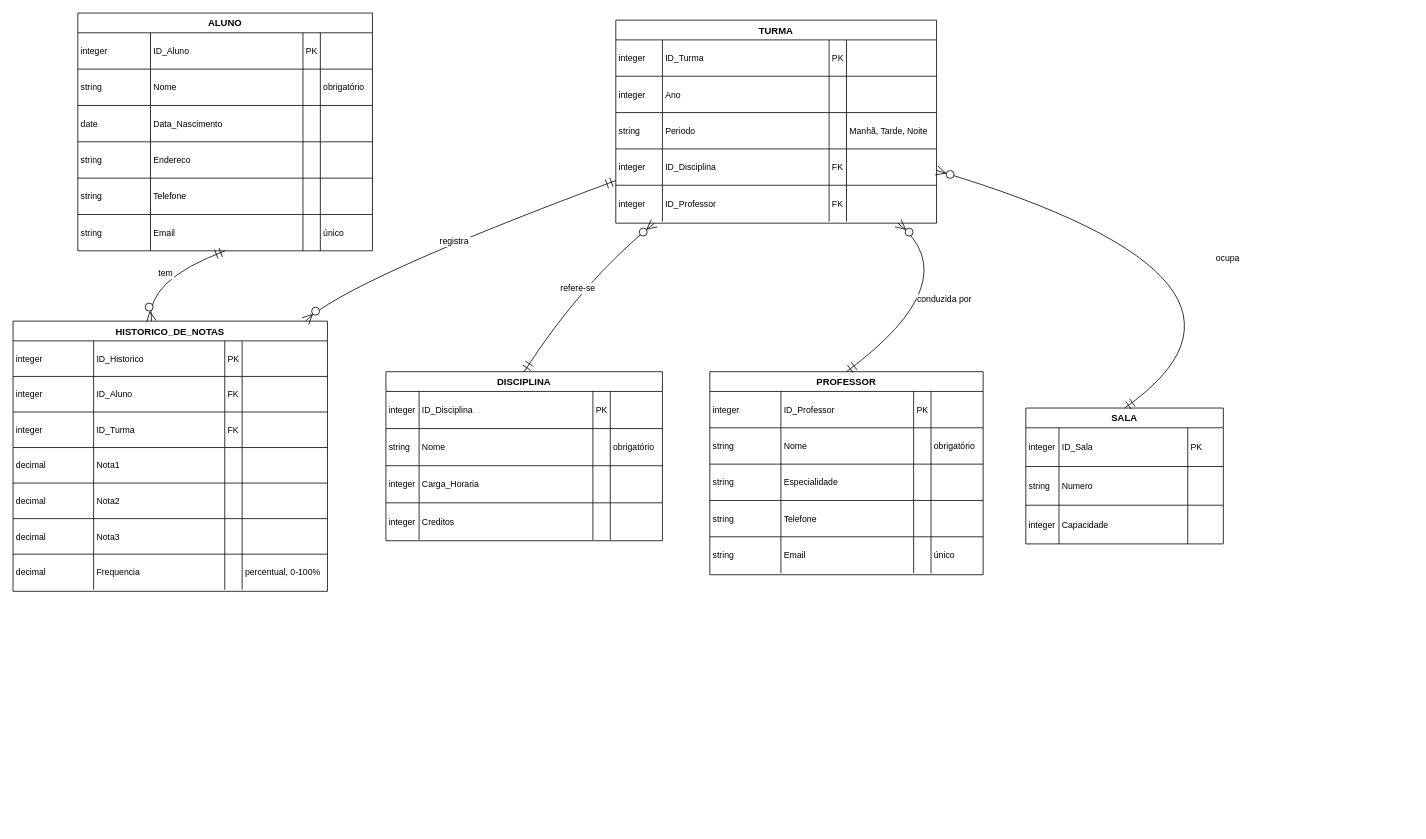
The draw.io diagram Diagrama sem nome.drawio in christian-amarildo/trabalho-banco-de-dados-1, before the edit. Source tidied: cells renumbered, new cells numbered last; positions are measured from the earlier drawing's top-left corner, leaving out a move shared by most shapes. Both pictures are drawn from the tidied source at 79%, with x=0, y=0 at pixel (13, 13).
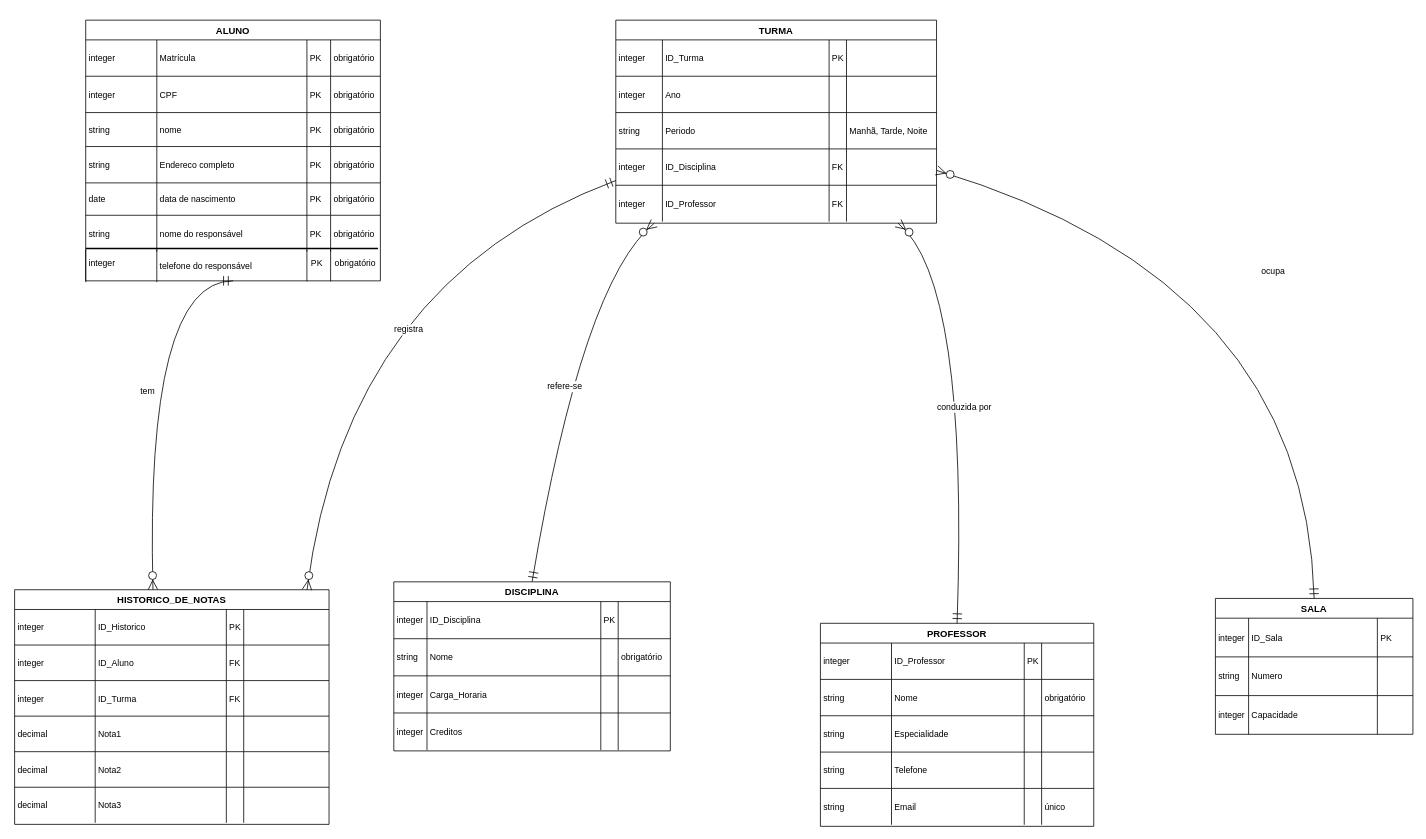
After the change.

The change refers to these unchanged cells:
```xml
<mxCell id="3" style="shape=tableRow;horizontal=0;startSize=0;swimlaneHead=0;swimlaneBody=0;fillColor=none;top=0;left=0;right=0;bottom=0;" parent="2" vertex="1">
  <mxGeometry y="25" width="373" height="46" as="geometry" />
</mxCell>
<mxCell id="8" style="shape=tableRow;horizontal=0;startSize=0;swimlaneHead=0;swimlaneBody=0;fillColor=none;top=0;left=0;right=0;bottom=0;" parent="2" vertex="1">
  <mxGeometry y="71" width="373" height="46" as="geometry" />
</mxCell>
<mxCell id="80" value="TURMA" style="shape=table;startSize=25;childLayout=tableLayout;rowLines=1;fontStyle=1;align=center;" parent="1" vertex="1">
  <mxGeometry x="763" y="9" width="406" height="257" as="geometry" />
</mxCell>
```

What changed in the source:
```diff
@@
     <mxCell id="2" value="ALUNO" style="shape=table;startSize=25;childLayout=tableLayout;rowLines=1;fontStyle=1;align=center;" parent="1" vertex="1">
-      <mxGeometry x="82" width="373" height="301" as="geometry" />
+      <mxGeometry x="92" y="9" width="373" height="330" as="geometry" />
     </mxCell>
@@
     <mxCell id="4" value="integer" style="shape=partialRectangle;fillColor=none;top=0;left=0;bottom=0;right=0;align=left;spacingLeft=2;overflow=hidden;fontSize=11;" parent="3" vertex="1">
-      <mxGeometry width="92" height="46" as="geometry" />
+      <mxGeometry width="90" height="46" as="geometry" />
     </mxCell>
-    <mxCell id="5" value="ID_Aluno" style="shape=partialRectangle;fillColor=none;top=0;left=0;bottom=0;right=0;align=left;spacingLeft=2;overflow=hidden;fontSize=11;" parent="3" vertex="1">
-      <mxGeometry x="92" width="193" height="46" as="geometry" />
+    <mxCell id="5" value="Matrícula" style="shape=partialRectangle;fillColor=none;top=0;left=0;bottom=0;right=0;align=left;spacingLeft=2;overflow=hidden;fontSize=11;" parent="3" vertex="1">
+      <mxGeometry x="90" width="190" height="46" as="geometry" />
     </mxCell>
     <mxCell id="6" value="PK" style="shape=partialRectangle;fillColor=none;top=0;left=0;bottom=0;right=0;align=left;spacingLeft=2;overflow=hidden;fontSize=11;" parent="3" vertex="1">
-      <mxGeometry x="285" width="22" height="46" as="geometry" />
+      <mxGeometry x="280" width="30" height="46" as="geometry" />
     </mxCell>
-    <mxCell id="7" style="shape=partialRectangle;fillColor=none;top=0;left=0;bottom=0;right=0;align=left;spacingLeft=2;overflow=hidden;fontSize=11;" parent="3" vertex="1">
-      <mxGeometry x="307" width="66" height="46" as="geometry" />
+    <mxCell id="7" value="obrigatório" style="shape=partialRectangle;fillColor=none;top=0;left=0;bottom=0;right=0;align=left;spacingLeft=2;overflow=hidden;fontSize=11;" parent="3" vertex="1">
+      <mxGeometry x="310" width="63" height="46" as="geometry" />
     </mxCell>
@@
-    <mxCell id="9" value="string" style="shape=partialRectangle;fillColor=none;top=0;left=0;bottom=0;right=0;align=left;spacingLeft=2;overflow=hidden;fontSize=11;" parent="8" vertex="1">
-      <mxGeometry width="92" height="46" as="geometry" />
+    <mxCell id="9" value="integer" style="shape=partialRectangle;fillColor=none;top=0;left=0;bottom=0;right=0;align=left;spacingLeft=2;overflow=hidden;fontSize=11;" parent="8" vertex="1">
+      <mxGeometry width="90" height="46" as="geometry" />
     </mxCell>
-    <mxCell id="10" value="Nome" style="shape=partialRectangle;fillColor=none;top=0;left=0;bottom=0;right=0;align=left;spacingLeft=2;overflow=hidden;fontSize=11;" parent="8" vertex="1">
-      <mxGeometry x="92" width="193" height="46" as="geometry" />
+    <mxCell id="10" value="CPF" style="shape=partialRectangle;fillColor=none;top=0;left=0;bottom=0;right=0;align=left;spacingLeft=2;overflow=hidden;fontSize=11;" parent="8" vertex="1">
+      <mxGeometry x="90" width="190" height="46" as="geometry" />
     </mxCell>
-    <mxCell id="11" style="shape=partialRectangle;fillColor=none;top=0;left=0;bottom=0;right=0;align=left;spacingLeft=2;overflow=hidden;fontSize=11;" parent="8" vertex="1">
-      <mxGeometry x="285" width="22" height="46" as="geometry" />
+    <mxCell id="11" value="PK" style="shape=partialRectangle;fillColor=none;top=0;left=0;bottom=0;right=0;align=left;spacingLeft=2;overflow=hidden;fontSize=11;" parent="8" vertex="1">
+      <mxGeometry x="280" width="30" height="46" as="geometry" />
     </mxCell>
     <mxCell id="12" value="obrigatório" style="shape=partialRectangle;fillColor=none;top=0;left=0;bottom=0;right=0;align=left;spacingLeft=2;overflow=hidden;fontSize=11;" parent="8" vertex="1">
-      <mxGeometry x="307" width="66" height="46" as="geometry" />
+      <mxGeometry x="310" width="63" height="46" as="geometry" />
     </mxCell>
     <mxCell id="13" style="shape=tableRow;horizontal=0;startSize=0;swimlaneHead=0;swimlaneBody=0;fillColor=none;top=0;left=0;right=0;bottom=0;" parent="2" vertex="1">
-      <mxGeometry y="117" width="373" height="46" as="geometry" />
+      <mxGeometry y="117" width="373" height="43" as="geometry" />
     </mxCell>
-    <mxCell id="14" value="date" style="shape=partialRectangle;fillColor=none;top=0;left=0;bottom=0;right=0;align=left;spacingLeft=2;overflow=hidden;fontSize=11;" parent="13" vertex="1">
-      <mxGeometry width="92" height="46" as="geometry" />
+    <mxCell id="14" value="string" style="shape=partialRectangle;fillColor=none;top=0;left=0;bottom=0;right=0;align=left;spacingLeft=2;overflow=hidden;fontSize=11;" parent="13" vertex="1">
+      <mxGeometry width="90" height="43" as="geometry" />
     </mxCell>
-    <mxCell id="15" value="Data_Nascimento" style="shape=partialRectangle;fillColor=none;top=0;left=0;bottom=0;right=0;align=left;spacingLeft=2;overflow=hidden;fontSize=11;" parent="13" vertex="1">
-      <mxGeometry x="92" width="193" height="46" as="geometry" />
+    <mxCell id="15" value="nome" style="shape=partialRectangle;fillColor=none;top=0;left=0;bottom=0;right=0;align=left;spacingLeft=2;overflow=hidden;fontSize=11;" parent="13" vertex="1">
+      <mxGeometry x="90" width="190" height="43" as="geometry" />
     </mxCell>
-    <mxCell id="16" style="shape=partialRectangle;fillColor=none;top=0;left=0;bottom=0;right=0;align=left;spacingLeft=2;overflow=hidden;fontSize=11;" parent="13" vertex="1">
-      <mxGeometry x="285" width="22" height="46" as="geometry" />
+    <mxCell id="16" value="PK" style="shape=partialRectangle;fillColor=none;top=0;left=0;bottom=0;right=0;align=left;spacingLeft=2;overflow=hidden;fontSize=11;" parent="13" vertex="1">
+      <mxGeometry x="280" width="30" height="43" as="geometry" />
     </mxCell>
-    <mxCell id="17" style="shape=partialRectangle;fillColor=none;top=0;left=0;bottom=0;right=0;align=left;spacingLeft=2;overflow=hidden;fontSize=11;" parent="13" vertex="1">
-      <mxGeometry x="307" width="66" height="46" as="geometry" />
+    <mxCell id="17" value="obrigatório" style="shape=partialRectangle;fillColor=none;top=0;left=0;bottom=0;right=0;align=left;spacingLeft=2;overflow=hidden;fontSize=11;" parent="13" vertex="1">
+      <mxGeometry x="310" width="63" height="43" as="geometry" />
     </mxCell>
     <mxCell id="18" style="shape=tableRow;horizontal=0;startSize=0;swimlaneHead=0;swimlaneBody=0;fillColor=none;top=0;left=0;right=0;bottom=0;" parent="2" vertex="1">
-      <mxGeometry y="163" width="373" height="46" as="geometry" />
+      <mxGeometry y="160" width="373" height="46" as="geometry" />
     </mxCell>
     <mxCell id="19" value="string" style="shape=partialRectangle;fillColor=none;top=0;left=0;bottom=0;right=0;align=left;spacingLeft=2;overflow=hidden;fontSize=11;" parent="18" vertex="1">
-      <mxGeometry width="92" height="46" as="geometry" />
+      <mxGeometry width="90" height="46" as="geometry" />
     </mxCell>
-    <mxCell id="20" value="Endereco" style="shape=partialRectangle;fillColor=none;top=0;left=0;bottom=0;right=0;align=left;spacingLeft=2;overflow=hidden;fontSize=11;" parent="18" vertex="1">
-      <mxGeometry x="92" width="193" height="46" as="geometry" />
+    <mxCell id="20" value="Endereco completo" style="shape=partialRectangle;fillColor=none;top=0;left=0;bottom=0;right=0;align=left;spacingLeft=2;overflow=hidden;fontSize=11;" parent="18" vertex="1">
+      <mxGeometry x="90" width="190" height="46" as="geometry" />
     </mxCell>
-    <mxCell id="21" style="shape=partialRectangle;fillColor=none;top=0;left=0;bottom=0;right=0;align=left;spacingLeft=2;overflow=hidden;fontSize=11;" parent="18" vertex="1">
-      <mxGeometry x="285" width="22" height="46" as="geometry" />
+    <mxCell id="21" value="PK" style="shape=partialRectangle;fillColor=none;top=0;left=0;bottom=0;right=0;align=left;spacingLeft=2;overflow=hidden;fontSize=11;" parent="18" vertex="1">
+      <mxGeometry x="280" width="30" height="46" as="geometry" />
     </mxCell>
-    <mxCell id="22" style="shape=partialRectangle;fillColor=none;top=0;left=0;bottom=0;right=0;align=left;spacingLeft=2;overflow=hidden;fontSize=11;" parent="18" vertex="1">
-      <mxGeometry x="307" width="66" height="46" as="geometry" />
+    <mxCell id="22" value="obrigatório" style="shape=partialRectangle;fillColor=none;top=0;left=0;bottom=0;right=0;align=left;spacingLeft=2;overflow=hidden;fontSize=11;" parent="18" vertex="1">
+      <mxGeometry x="310" width="63" height="46" as="geometry" />
     </mxCell>
     <mxCell id="23" style="shape=tableRow;horizontal=0;startSize=0;swimlaneHead=0;swimlaneBody=0;fillColor=none;top=0;left=0;right=0;bottom=0;" parent="2" vertex="1">
-      <mxGeometry y="209" width="373" height="46" as="geometry" />
+      <mxGeometry y="206" width="373" height="41" as="geometry" />
     </mxCell>
-    <mxCell id="24" value="string" style="shape=partialRectangle;fillColor=none;top=0;left=0;bottom=0;right=0;align=left;spacingLeft=2;overflow=hidden;fontSize=11;" parent="23" vertex="1">
-      <mxGeometry width="92" height="46" as="geometry" />
+    <mxCell id="24" value="date" style="shape=partialRectangle;fillColor=none;top=0;left=0;bottom=0;right=0;align=left;spacingLeft=2;overflow=hidden;fontSize=11;" parent="23" vertex="1">
+      <mxGeometry width="90" height="41" as="geometry" />
     </mxCell>
-    <mxCell id="25" value="Telefone" style="shape=partialRectangle;fillColor=none;top=0;left=0;bottom=0;right=0;align=left;spacingLeft=2;overflow=hidden;fontSize=11;" parent="23" vertex="1">
-      <mxGeometry x="92" width="193" height="46" as="geometry" />
+    <mxCell id="25" value="data de nascimento" style="shape=partialRectangle;fillColor=none;top=0;left=0;bottom=0;right=0;align=left;spacingLeft=2;overflow=hidden;fontSize=11;" parent="23" vertex="1">
+      <mxGeometry x="90" width="190" height="41" as="geometry" />
     </mxCell>
-    <mxCell id="26" style="shape=partialRectangle;fillColor=none;top=0;left=0;bottom=0;right=0;align=left;spacingLeft=2;overflow=hidden;fontSize=11;" parent="23" vertex="1">
-      <mxGeometry x="285" width="22" height="46" as="geometry" />
+    <mxCell id="26" value="PK" style="shape=partialRectangle;fillColor=none;top=0;left=0;bottom=0;right=0;align=left;spacingLeft=2;overflow=hidden;fontSize=11;" parent="23" vertex="1">
+      <mxGeometry x="280" width="30" height="41" as="geometry" />
     </mxCell>
-    <mxCell id="27" style="shape=partialRectangle;fillColor=none;top=0;left=0;bottom=0;right=0;align=left;spacingLeft=2;overflow=hidden;fontSize=11;" parent="23" vertex="1">
-      <mxGeometry x="307" width="66" height="46" as="geometry" />
+    <mxCell id="27" value="obrigatório" style="shape=partialRectangle;fillColor=none;top=0;left=0;bottom=0;right=0;align=left;spacingLeft=2;overflow=hidden;fontSize=11;" parent="23" vertex="1">
+      <mxGeometry x="310" width="63" height="41" as="geometry" />
     </mxCell>
     <mxCell id="28" style="shape=tableRow;horizontal=0;startSize=0;swimlaneHead=0;swimlaneBody=0;fillColor=none;top=0;left=0;right=0;bottom=0;" parent="2" vertex="1">
-      <mxGeometry y="255" width="373" height="46" as="geometry" />
+      <mxGeometry y="247" width="373" height="46" as="geometry" />
     </mxCell>
     <mxCell id="29" value="string" style="shape=partialRectangle;fillColor=none;top=0;left=0;bottom=0;right=0;align=left;spacingLeft=2;overflow=hidden;fontSize=11;" parent="28" vertex="1">
-      <mxGeometry width="92" height="46" as="geometry" />
+      <mxGeometry width="90" height="46" as="geometry" />
     </mxCell>
-    <mxCell id="30" value="Email" style="shape=partialRectangle;fillColor=none;top=0;left=0;bottom=0;right=0;align=left;spacingLeft=2;overflow=hidden;fontSize=11;" parent="28" vertex="1">
-      <mxGeometry x="92" width="193" height="46" as="geometry" />
+    <mxCell id="30" value="nome do responsável" style="shape=partialRectangle;fillColor=none;top=0;left=0;bottom=0;right=0;align=left;spacingLeft=2;overflow=hidden;fontSize=11;" parent="28" vertex="1">
+      <mxGeometry x="90" width="190" height="46" as="geometry" />
     </mxCell>
-    <mxCell id="31" style="shape=partialRectangle;fillColor=none;top=0;left=0;bottom=0;right=0;align=left;spacingLeft=2;overflow=hidden;fontSize=11;" parent="28" vertex="1">
-      <mxGeometry x="285" width="22" height="46" as="geometry" />
+    <mxCell id="31" value="PK" style="shape=partialRectangle;fillColor=none;top=0;left=0;bottom=0;right=0;align=left;spacingLeft=2;overflow=hidden;fontSize=11;" parent="28" vertex="1">
+      <mxGeometry x="280" width="30" height="46" as="geometry" />
     </mxCell>
-    <mxCell id="32" value="único" style="shape=partialRectangle;fillColor=none;top=0;left=0;bottom=0;right=0;align=left;spacingLeft=2;overflow=hidden;fontSize=11;" parent="28" vertex="1">
-      <mxGeometry x="307" width="66" height="46" as="geometry" />
+    <mxCell id="32" value="obrigatório" style="shape=partialRectangle;fillColor=none;top=0;left=0;bottom=0;right=0;align=left;spacingLeft=2;overflow=hidden;fontSize=11;" parent="28" vertex="1">
+      <mxGeometry x="310" width="63" height="46" as="geometry" />
     </mxCell>
     <mxCell id="33" value="PROFESSOR" style="shape=table;startSize=25;childLayout=tableLayout;rowLines=1;fontStyle=1;align=center;" parent="1" vertex="1">
-      <mxGeometry x="882" y="454" width="346" height="257" as="geometry" />
+      <mxGeometry x="1022" y="772.5" width="346" height="257" as="geometry" />
     </mxCell>
@@
     <mxCell id="59" value="DISCIPLINA" style="shape=table;startSize=25;childLayout=tableLayout;rowLines=1;fontStyle=1;align=center;" parent="1" vertex="1">
-      <mxGeometry x="472" y="454" width="350" height="214" as="geometry" />
+      <mxGeometry x="482" y="720" width="350" height="214" as="geometry" />
     </mxCell>
@@
     <mxCell id="106" value="SALA" style="shape=table;startSize=25;childLayout=tableLayout;rowLines=1;fontStyle=1;align=center;" parent="1" vertex="1">
-      <mxGeometry x="1282" y="500" width="250" height="172" as="geometry" />
+      <mxGeometry x="1522" y="741" width="250" height="172" as="geometry" />
     </mxCell>
@@
     <mxCell id="119" value="HISTORICO_DE_NOTAS" style="shape=table;startSize=25;childLayout=tableLayout;rowLines=1;fontStyle=1;align=center;" parent="1" vertex="1">
-      <mxGeometry y="390" width="398" height="342" as="geometry" />
+      <mxGeometry x="2" y="730" width="398" height="297" as="geometry" />
     </mxCell>
@@
-    <mxCell id="150" style="shape=tableRow;horizontal=0;startSize=0;swimlaneHead=0;swimlaneBody=0;fillColor=none;top=0;left=0;right=0;bottom=0;" parent="119" vertex="1">
-      <mxGeometry y="295" width="398" height="45" as="geometry" />
-    </mxCell>
-    <mxCell id="151" value="decimal" style="shape=partialRectangle;fillColor=none;top=0;left=0;bottom=0;right=0;align=left;spacingLeft=2;overflow=hidden;fontSize=11;" parent="150" vertex="1">
-      <mxGeometry width="102" height="45" as="geometry" />
-    </mxCell>
-    <mxCell id="152" value="Frequencia" style="shape=partialRectangle;fillColor=none;top=0;left=0;bottom=0;right=0;align=left;spacingLeft=2;overflow=hidden;fontSize=11;" parent="150" vertex="1">
-      <mxGeometry x="102" width="166" height="45" as="geometry" />
-    </mxCell>
-    <mxCell id="153" style="shape=partialRectangle;fillColor=none;top=0;left=0;bottom=0;right=0;align=left;spacingLeft=2;overflow=hidden;fontSize=11;" parent="150" vertex="1">
-      <mxGeometry x="268" width="22" height="45" as="geometry" />
-    </mxCell>
-    <mxCell id="154" value="percentual, 0-100%" style="shape=partialRectangle;fillColor=none;top=0;left=0;bottom=0;right=0;align=left;spacingLeft=2;overflow=hidden;fontSize=11;" parent="150" vertex="1">
-      <mxGeometry x="290" width="108" height="45" as="geometry" />
-    </mxCell>
@@
     <mxCell id="156" value="registra" style="curved=1;startArrow=ERmandOne;startSize=10;endArrow=ERzeroToMany;endSize=10;exitX=0;exitY=0.79;entryX=0.93;entryY=0;" parent="1" edge="1" source="80" target="119">
-      <mxGeometry relative="1" as="geometry">
+      <mxGeometry x="-0.18" y="85" relative="1" as="geometry">
         <Array as="points">
           <mxPoint x="422" y="339" />
         </Array>
       </mxGeometry>
     </mxCell>
@@
+    <mxCell id="160" style="shape=partialRectangle;whiteSpace=wrap;html=1;top=0;bottom=0;fillColor=none;strokeColor=default;align=center;verticalAlign=middle;fontFamily=Helvetica;fontSize=16;fontColor=default;" parent="1" vertex="1">
+      <mxGeometry x="92" y="300" width="90" height="40" as="geometry" />
+    </mxCell>
+    <mxCell id="161" style="shape=partialRectangle;whiteSpace=wrap;html=1;top=0;bottom=0;fillColor=none;strokeColor=default;align=center;verticalAlign=middle;fontFamily=Helvetica;fontSize=16;fontColor=default;" parent="1" vertex="1">
+      <mxGeometry x="372" y="300" width="30" height="39" as="geometry" />
+    </mxCell>
+    <mxCell id="162" value="integer" style="shape=partialRectangle;fillColor=none;top=0;left=0;bottom=0;right=0;align=left;spacingLeft=2;overflow=hidden;fontSize=11;" parent="1" vertex="1">
+      <mxGeometry x="92" y="293" width="90" height="46" as="geometry" />
+    </mxCell>
+    <mxCell id="163" style="line;strokeWidth=2;html=1;strokeColor=default;align=center;verticalAlign=middle;fontFamily=Helvetica;fontSize=16;fontColor=default;fillColor=default;" parent="1" vertex="1">
+      <mxGeometry x="92" y="293" width="370" height="10" as="geometry" />
+    </mxCell>
+    <mxCell id="164" value="telefone do responsável" style="shape=partialRectangle;fillColor=none;top=0;left=0;bottom=0;right=0;align=left;spacingLeft=2;overflow=hidden;fontSize=11;" parent="1" vertex="1">
+      <mxGeometry x="182" y="300" width="190" height="39" as="geometry" />
+    </mxCell>
+    <mxCell id="165" value="PK" style="shape=partialRectangle;fillColor=none;top=0;left=0;bottom=0;right=0;align=left;spacingLeft=2;overflow=hidden;fontSize=11;" parent="1" vertex="1">
+      <mxGeometry x="373.5" y="293" width="30" height="46" as="geometry" />
+    </mxCell>
+    <mxCell id="166" value="obrigatório" style="shape=partialRectangle;fillColor=none;top=0;left=0;bottom=0;right=0;align=left;spacingLeft=2;overflow=hidden;fontSize=11;" parent="1" vertex="1">
+      <mxGeometry x="403.5" y="293" width="63" height="46" as="geometry" />
+    </mxCell>
```
